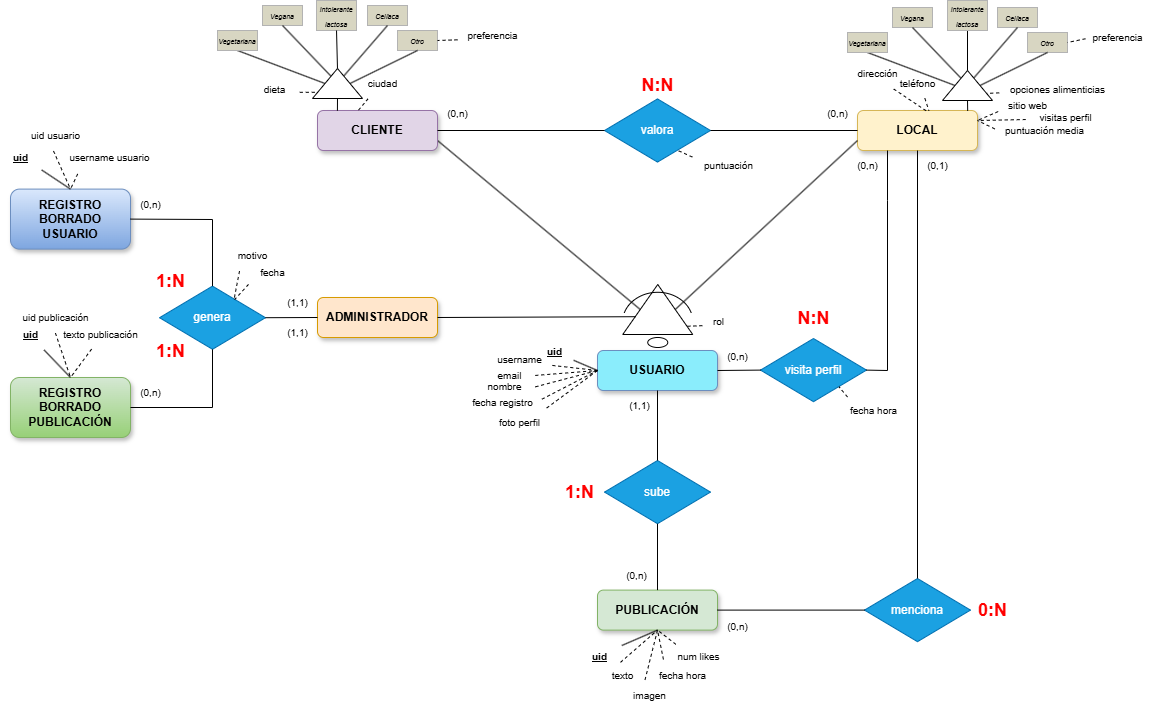
robertskrr/FoodTracks-App keeps this draw.io diagram as diagramas/foodTracks_diagrama_ER.png. Above is the earlier version. Source tidied: cells renumbered, new cells last; positions are measured from the earlier drawing's top-left corner, leaving out a move shared by most shapes.
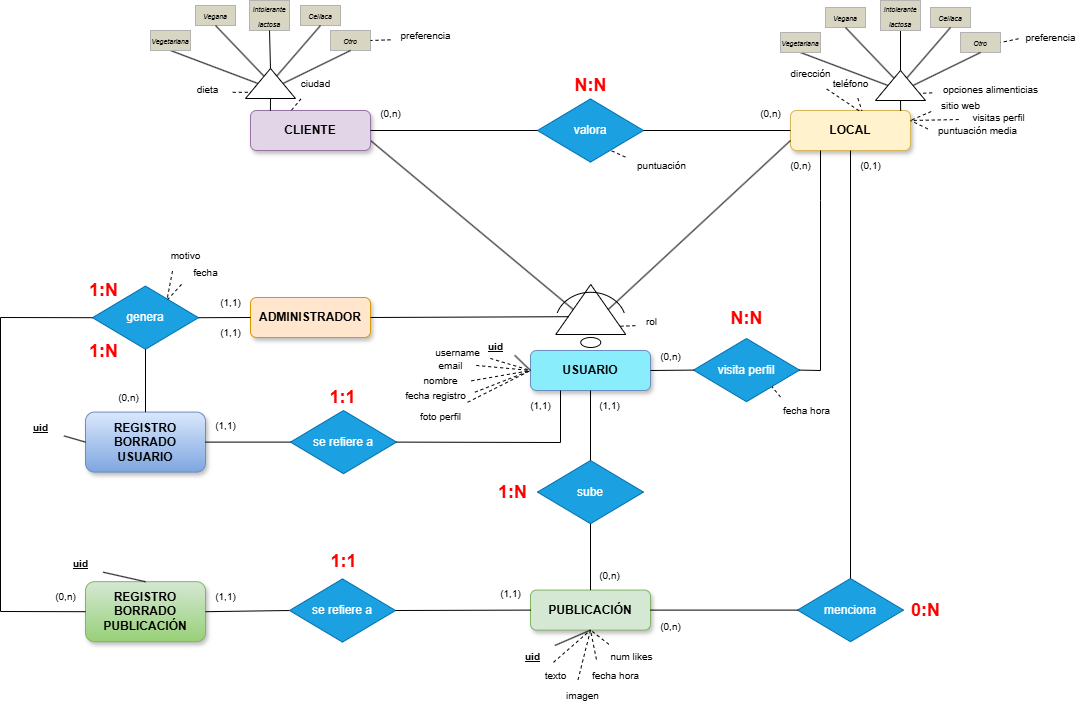
The same diagram one commit later.

Change to the diagram source:
```diff
@@ -48,25 +48,25 @@
       <mxGeometry relative="1" as="geometry" />
     </mxCell>
     <mxCell id="17" value="&lt;span style=&quot;font-size: 10px;&quot;&gt;uid&lt;/span&gt;" style="text;html=1;align=center;verticalAlign=middle;points=[];strokeColor=none;fillColor=none;fontStyle=5;" parent="1" vertex="1">
-      <mxGeometry x="534" y="336" width="40" height="30" as="geometry" />
+      <mxGeometry x="542" y="331" width="40" height="30" as="geometry" />
     </mxCell>
     <mxCell id="18" style="endArrow=none;html=1;rounded=0;exitX=0.979;exitY=0.793;exitDx=0;exitDy=0;exitPerimeter=0;entryX=0;entryY=0.5;entryDx=0;entryDy=0;" parent="1" edge="1" source="17" target="6">
       <mxGeometry relative="1" as="geometry" />
     </mxCell>
     <mxCell id="19" value="&lt;span style=&quot;font-size: 10px;&quot;&gt;&lt;span&gt;&lt;span&gt;username&lt;/span&gt;&lt;/span&gt;&lt;/span&gt;" style="text;html=1;align=center;verticalAlign=middle;points=[];strokeColor=none;fillColor=none;fontStyle=0;" parent="1" vertex="1">
-      <mxGeometry x="484" y="344" width="70" height="30" as="geometry" />
+      <mxGeometry x="489" y="337" width="70" height="30" as="geometry" />
     </mxCell>
     <mxCell id="20" value="&lt;span style=&quot;font-size: 10px;&quot;&gt;&lt;span&gt;&lt;span&gt;email&lt;/span&gt;&lt;/span&gt;&lt;/span&gt;" style="text;html=1;align=center;verticalAlign=middle;points=[];strokeColor=none;fillColor=none;fontStyle=0;" parent="1" vertex="1">
-      <mxGeometry x="484" y="360" width="50" height="30" as="geometry" />
+      <mxGeometry x="492" y="350" width="50" height="30" as="geometry" />
     </mxCell>
     <mxCell id="21" value="&lt;span style=&quot;font-size: 10px;&quot;&gt;&lt;span&gt;&lt;span&gt;nombre&lt;/span&gt;&lt;/span&gt;&lt;/span&gt;" style="text;html=1;align=center;verticalAlign=middle;points=[];strokeColor=none;fillColor=none;fontStyle=0;" parent="1" vertex="1">
-      <mxGeometry x="474" y="371" width="60" height="30" as="geometry" />
+      <mxGeometry x="477" y="365" width="60" height="30" as="geometry" />
     </mxCell>
     <mxCell id="22" value="&lt;span style=&quot;font-size: 10px;&quot;&gt;&lt;span&gt;&lt;span&gt;fecha registro&lt;/span&gt;&lt;/span&gt;&lt;/span&gt;" style="text;html=1;align=center;verticalAlign=middle;points=[];strokeColor=none;fillColor=none;fontStyle=0;" parent="1" vertex="1">
-      <mxGeometry x="462" y="387" width="80" height="30" as="geometry" />
+      <mxGeometry x="462" y="380" width="80" height="30" as="geometry" />
     </mxCell>
     <mxCell id="23" value="&lt;span style=&quot;font-size: 10px;&quot;&gt;&lt;span&gt;&lt;span&gt;foto perfil&lt;/span&gt;&lt;/span&gt;&lt;/span&gt;" style="text;html=1;align=center;verticalAlign=middle;points=[];strokeColor=none;fillColor=none;fontStyle=0;" parent="1" vertex="1">
-      <mxGeometry x="489" y="407" width="60" height="30" as="geometry" />
+      <mxGeometry x="477" y="401.2" width="60" height="30" as="geometry" />
     </mxCell>
     <mxCell id="24" style="endArrow=none;dashed=1;html=1;rounded=0;entryX=0;entryY=0.5;entryDx=0;entryDy=0;exitX=1.015;exitY=0.498;exitDx=0;exitDy=0;exitPerimeter=0;" parent="1" edge="1" source="20" target="6">
       <mxGeometry relative="1" as="geometry" />
@@ -239,7 +239,7 @@
       <mxGeometry x="627" y="65" width="60" height="40" as="geometry" />
     </mxCell>
     <mxCell id="79" value="&lt;font style=&quot;font-size: 10px;&quot;&gt;(1,1)&lt;/font&gt;" style="text;html=1;align=center;verticalAlign=middle;strokeColor=none;fillColor=none;" parent="1" vertex="1">
-      <mxGeometry x="619" y="390" width="40" height="30" as="geometry" />
+      <mxGeometry x="656" y="390" width="40" height="30" as="geometry" />
     </mxCell>
     <mxCell id="80" style="endArrow=none;html=1;rounded=0;exitX=0.5;exitY=1;exitDx=0;exitDy=0;entryX=0.5;entryY=0;entryDx=0;entryDy=0;exitPerimeter=0;" parent="1" edge="1" source="4" target="28">
       <mxGeometry relative="1" as="geometry" />
@@ -266,13 +266,13 @@
       <mxGeometry x="717" y="341" width="40" height="30" as="geometry" />
     </mxCell>
     <mxCell id="88" value="&lt;font style=&quot;font-size: 10px;&quot;&gt;(0,n)&lt;/font&gt;" style="text;html=1;align=center;verticalAlign=middle;strokeColor=none;fillColor=none;" parent="1" vertex="1">
-      <mxGeometry x="616" y="560" width="40" height="30" as="geometry" />
+      <mxGeometry x="656" y="560" width="40" height="30" as="geometry" />
     </mxCell>
     <mxCell id="89" value="REGISTRO BORRADO PUBLICACIÓN" style="rounded=1;whiteSpace=wrap;html=1;fontSize=12;glass=0;strokeWidth=1;shadow=1;fontStyle=1;fillColor=#d5e8d4;strokeColor=#82b366;gradientColor=#97d077;" parent="1" vertex="1">
-      <mxGeometry x="10" y="377" width="120" height="60" as="geometry" />
+      <mxGeometry x="152" y="581.2" width="120" height="60" as="geometry" />
     </mxCell>
     <mxCell id="90" value="REGISTRO BORRADO USUARIO" style="rounded=1;whiteSpace=wrap;html=1;fontSize=12;glass=0;strokeWidth=1;shadow=1;fontStyle=1;fillColor=#dae8fc;strokeColor=#6c8ebf;gradientColor=#7ea6e0;" parent="1" vertex="1">
-      <mxGeometry x="10" y="188.6" width="120" height="60" as="geometry" />
+      <mxGeometry x="152" y="411.6" width="120" height="60" as="geometry" />
     </mxCell>
     <mxCell id="91" style="endArrow=none;html=1;rounded=0;entryX=0.5;entryY=0;entryDx=0;entryDy=0;exitX=0.5;exitY=1;exitDx=0;exitDy=0;entryPerimeter=0;" parent="1" edge="1" source="3" target="5">
       <mxGeometry relative="1" as="geometry" />
@@ -289,35 +289,23 @@
     <mxCell id="95" style="endArrow=none;html=1;rounded=0;entryX=0;entryY=0.5;entryDx=0;entryDy=0;exitX=1;exitY=0.5;exitDx=0;exitDy=0;exitPerimeter=0;" parent="1" edge="1" source="94" target="7">
       <mxGeometry relative="1" as="geometry" />
     </mxCell>
-    <mxCell id="96" style="endArrow=none;html=1;rounded=0;entryX=0.5;entryY=0;entryDx=0;entryDy=0;exitX=1;exitY=0.5;exitDx=0;exitDy=0;entryPerimeter=0;" parent="1" edge="1" source="90" target="94">
-      <mxGeometry relative="1" as="geometry">
-        <Array as="points">
-          <mxPoint x="212" y="219" />
-        </Array>
-      </mxGeometry>
+    <mxCell id="96" style="endArrow=none;html=1;rounded=0;entryX=0.5;entryY=1;entryDx=0;entryDy=0;entryPerimeter=0;exitX=0.5;exitY=0;exitDx=0;exitDy=0;" parent="1" edge="1" source="90" target="94">
+      <mxGeometry relative="1" as="geometry" />
     </mxCell>
-    <mxCell id="97" style="endArrow=none;html=1;rounded=0;entryX=0.5;entryY=1;entryDx=0;entryDy=0;exitX=1;exitY=0.5;exitDx=0;exitDy=0;entryPerimeter=0;" parent="1" edge="1" source="89" target="94">
+    <mxCell id="97" style="endArrow=none;html=1;rounded=0;entryX=0;entryY=0.5;entryDx=0;entryDy=0;entryPerimeter=0;exitX=0;exitY=0.5;exitDx=0;exitDy=0;" parent="1" edge="1" source="89" target="94">
       <mxGeometry relative="1" as="geometry">
         <Array as="points">
-          <mxPoint x="212" y="407" />
+          <mxPoint x="67" y="611" />
+          <mxPoint x="67" y="317" />
         </Array>
       </mxGeometry>
     </mxCell>
-    <mxCell id="98" style="endArrow=none;html=1;rounded=0;exitX=0.5;exitY=0;exitDx=0;exitDy=0;entryX=1.03;entryY=0.916;entryDx=0;entryDy=0;entryPerimeter=0;" parent="1" edge="1" source="90" target="99">
+    <mxCell id="98" style="endArrow=none;html=1;rounded=0;exitX=0;exitY=0.5;exitDx=0;exitDy=0;entryX=1.086;entryY=0.793;entryDx=0;entryDy=0;entryPerimeter=0;" parent="1" edge="1" source="90" target="99">
       <mxGeometry relative="1" as="geometry" />
     </mxCell>
     <mxCell id="99" value="&lt;span style=&quot;font-size: 10px;&quot;&gt;uid&lt;/span&gt;" style="text;html=1;align=center;verticalAlign=middle;points=[];strokeColor=none;fillColor=none;fontStyle=5;" parent="1" vertex="1">
-      <mxGeometry y="142" width="40" height="30" as="geometry" />
+      <mxGeometry x="87" y="411.6" width="40" height="30" as="geometry" />
     </mxCell>
-    <mxCell id="100" style="endArrow=none;html=1;rounded=0;entryX=0.5;entryY=0;entryDx=0;entryDy=0;dashed=1;exitX=0.471;exitY=1.016;exitDx=0;exitDy=0;exitPerimeter=0;" parent="1" edge="1" source="101" target="90">
-      <mxGeometry relative="1" as="geometry" />
-    </mxCell>
-    <mxCell id="101" value="&lt;span style=&quot;font-size: 10px;&quot;&gt;uid usuario&lt;/span&gt;" style="text;html=1;align=center;verticalAlign=middle;points=[];strokeColor=none;fillColor=none;fontStyle=0;" parent="1" vertex="1">
-      <mxGeometry x="20" y="120" width="70" height="30" as="geometry" />
-    </mxCell>
-    <mxCell id="102" value="&lt;span style=&quot;font-size: 10px;&quot;&gt;username usuario&lt;/span&gt;" style="text;html=1;align=center;verticalAlign=middle;points=[];strokeColor=none;fillColor=none;fontStyle=0;" parent="1" vertex="1">
-      <mxGeometry x="59" y="142" width="100" height="30" as="geometry" />
-    </mxCell>
     <mxCell id="103" value="&lt;span style=&quot;font-size: 10px;&quot;&gt;motivo&lt;/span&gt;" style="text;html=1;align=center;verticalAlign=middle;points=[];strokeColor=none;fillColor=none;fontStyle=0;" parent="1" vertex="1">
       <mxGeometry x="227" y="240" width="50" height="30" as="geometry" />
     </mxCell>
@@ -330,9 +318,6 @@
     <mxCell id="106" value="&lt;span style=&quot;font-size: 10px;&quot;&gt;&lt;span&gt;&lt;span&gt;puntuación&lt;/span&gt;&lt;/span&gt;&lt;/span&gt;" style="text;html=1;align=center;verticalAlign=middle;points=[];strokeColor=none;fillColor=none;fontStyle=0;" parent="1" vertex="1">
       <mxGeometry x="692.5" y="150" width="70" height="30" as="geometry" />
     </mxCell>
-    <mxCell id="107" style="endArrow=none;html=1;rounded=0;entryX=0.5;entryY=0;entryDx=0;entryDy=0;dashed=1;exitX=0.182;exitY=1.048;exitDx=0;exitDy=0;exitPerimeter=0;" parent="1" edge="1" source="102" target="90">
-      <mxGeometry relative="1" as="geometry" />
-    </mxCell>
     <mxCell id="108" style="endArrow=none;html=1;rounded=0;entryX=0.704;entryY=0.208;entryDx=0;entryDy=0;dashed=1;exitX=0.24;exitY=1.019;exitDx=0;exitDy=0;exitPerimeter=0;entryPerimeter=0;" parent="1" edge="1" source="103" target="94">
       <mxGeometry relative="1" as="geometry" />
     </mxCell>
@@ -340,22 +325,22 @@
       <mxGeometry relative="1" as="geometry" />
     </mxCell>
     <mxCell id="110" value="&lt;b&gt;&lt;font style=&quot;font-size: 18px;&quot;&gt;1:N&lt;/font&gt;&lt;/b&gt;" style="text;html=1;align=center;verticalAlign=middle;fontColor=#FF0000;" parent="1" vertex="1">
-      <mxGeometry x="145" y="261" width="50" height="40" as="geometry" />
+      <mxGeometry x="145" y="331" width="50" height="40" as="geometry" />
     </mxCell>
     <mxCell id="111" value="&lt;font style=&quot;font-size: 10px;&quot;&gt;(0,n)&lt;/font&gt;" style="text;html=1;align=center;verticalAlign=middle;strokeColor=none;fillColor=none;" parent="1" vertex="1">
-      <mxGeometry x="130" y="188.6" width="40" height="30" as="geometry" />
+      <mxGeometry x="175" y="381.6" width="40" height="30" as="geometry" />
     </mxCell>
     <mxCell id="112" value="&lt;font style=&quot;font-size: 10px;&quot;&gt;(1,1)&lt;/font&gt;" style="text;html=1;align=center;verticalAlign=middle;strokeColor=none;fillColor=none;" parent="1" vertex="1">
       <mxGeometry x="277" y="287" width="40" height="30" as="geometry" />
     </mxCell>
     <mxCell id="113" value="&lt;b&gt;&lt;font style=&quot;font-size: 18px;&quot;&gt;1:N&lt;/font&gt;&lt;/b&gt;" style="text;html=1;align=center;verticalAlign=middle;fontColor=#FF0000;" parent="1" vertex="1">
-      <mxGeometry x="145" y="331" width="50" height="40" as="geometry" />
+      <mxGeometry x="145" y="270" width="50" height="40" as="geometry" />
     </mxCell>
     <mxCell id="114" value="&lt;font style=&quot;font-size: 10px;&quot;&gt;(1,1)&lt;/font&gt;" style="text;html=1;align=center;verticalAlign=middle;strokeColor=none;fillColor=none;" parent="1" vertex="1">
       <mxGeometry x="277" y="317" width="40" height="30" as="geometry" />
     </mxCell>
     <mxCell id="115" value="&lt;font style=&quot;font-size: 10px;&quot;&gt;(0,n)&lt;/font&gt;" style="text;html=1;align=center;verticalAlign=middle;strokeColor=none;fillColor=none;" parent="1" vertex="1">
-      <mxGeometry x="130" y="377" width="40" height="30" as="geometry" />
+      <mxGeometry x="112" y="581.2" width="40" height="30" as="geometry" />
     </mxCell>
     <mxCell id="116" value="&lt;b&gt;&lt;font style=&quot;font-size: 18px;&quot;&gt;0:N&lt;/font&gt;&lt;/b&gt;" style="text;html=1;align=center;verticalAlign=middle;fontColor=#FF0000;" parent="1" vertex="1">
       <mxGeometry x="967" y="590" width="50" height="40" as="geometry" />
@@ -372,24 +357,12 @@
     <mxCell id="120" value="&lt;font style=&quot;font-size: 10px;&quot;&gt;(0,n)&lt;/font&gt;" style="text;html=1;align=center;verticalAlign=middle;strokeColor=none;fillColor=none;" parent="1" vertex="1">
       <mxGeometry x="717" y="611.2" width="40" height="30" as="geometry" />
     </mxCell>
-    <mxCell id="121" style="endArrow=none;html=1;rounded=0;entryX=0.5;entryY=0;entryDx=0;entryDy=0;exitX=0.84;exitY=1.022;exitDx=0;exitDy=0;exitPerimeter=0;" parent="1" edge="1" source="122" target="89">
+    <mxCell id="121" style="endArrow=none;html=1;rounded=0;entryX=0.5;entryY=0;entryDx=0;entryDy=0;exitX=1.064;exitY=0.79;exitDx=0;exitDy=0;exitPerimeter=0;" parent="1" edge="1" source="122" target="89">
       <mxGeometry relative="1" as="geometry" />
     </mxCell>
     <mxCell id="122" value="&lt;span style=&quot;font-size: 10px;&quot;&gt;uid&lt;/span&gt;" style="text;html=1;align=center;verticalAlign=middle;points=[];strokeColor=none;fillColor=none;fontStyle=5;" parent="1" vertex="1">
-      <mxGeometry x="10" y="318.8" width="40" height="30" as="geometry" />
+      <mxGeometry x="127" y="548" width="40" height="30" as="geometry" />
     </mxCell>
-    <mxCell id="123" style="endArrow=none;html=1;rounded=0;entryX=0.5;entryY=0;entryDx=0;entryDy=0;dashed=1;exitX=0.499;exitY=1.013;exitDx=0;exitDy=0;exitPerimeter=0;" parent="1" edge="1" source="124" target="89">
-      <mxGeometry relative="1" as="geometry" />
-    </mxCell>
-    <mxCell id="124" value="&lt;span style=&quot;font-size: 10px;&quot;&gt;uid publicación&lt;/span&gt;" style="text;html=1;align=center;verticalAlign=middle;points=[];strokeColor=none;fillColor=none;fontStyle=0;" parent="1" vertex="1">
-      <mxGeometry x="10" y="302.2" width="90" height="30" as="geometry" />
-    </mxCell>
-    <mxCell id="125" value="&lt;span style=&quot;font-size: 10px;&quot;&gt;texto publicación&lt;/span&gt;" style="text;html=1;align=center;verticalAlign=middle;points=[];strokeColor=none;fillColor=none;fontStyle=0;" parent="1" vertex="1">
-      <mxGeometry x="50" y="318.8" width="100" height="30" as="geometry" />
-    </mxCell>
-    <mxCell id="126" style="endArrow=none;html=1;rounded=0;entryX=0.5;entryY=0;entryDx=0;entryDy=0;dashed=1;exitX=0.411;exitY=0.993;exitDx=0;exitDy=0;exitPerimeter=0;" parent="1" edge="1" source="125" target="89">
-      <mxGeometry relative="1" as="geometry" />
-    </mxCell>
     <mxCell id="127" value="&lt;span style=&quot;font-size: 10px;&quot;&gt;uid&lt;/span&gt;" style="text;html=1;align=center;verticalAlign=middle;points=[];strokeColor=none;fillColor=none;fontStyle=5;" parent="1" vertex="1">
       <mxGeometry x="579" y="641.2" width="40" height="30" as="geometry" />
     </mxCell>
@@ -420,5 +393,45 @@
     <mxCell id="136" style="endArrow=none;dashed=1;html=1;rounded=0;exitX=0.184;exitY=0.088;exitDx=0;exitDy=0;exitPerimeter=0;entryX=0.5;entryY=1;entryDx=0;entryDy=0;" parent="1" edge="1" source="133" target="28">
       <mxGeometry relative="1" as="geometry" />
     </mxCell>
+    <mxCell id="137" style="endArrow=none;html=1;rounded=0;entryX=0;entryY=0.5;entryDx=0;entryDy=0;entryPerimeter=0;exitX=1;exitY=0.5;exitDx=0;exitDy=0;" parent="1" edge="1" source="90" target="138">
+      <mxGeometry relative="1" as="geometry" />
+    </mxCell>
+    <mxCell id="138" value="se refiere a" style="strokeWidth=1;html=1;shape=mxgraph.flowchart.decision;whiteSpace=wrap;strokeColor=#006EAF;fillColor=#1ba1e2;fontColor=#ffffff;" parent="1" vertex="1">
+      <mxGeometry x="357" y="410" width="106" height="63.2" as="geometry" />
+    </mxCell>
+    <mxCell id="139" style="endArrow=none;html=1;rounded=0;entryX=1;entryY=0.5;entryDx=0;entryDy=0;entryPerimeter=0;exitX=0.25;exitY=1;exitDx=0;exitDy=0;" parent="1" edge="1" source="6" target="138">
+      <mxGeometry relative="1" as="geometry">
+        <Array as="points">
+          <mxPoint x="627" y="442" />
+        </Array>
+      </mxGeometry>
+    </mxCell>
+    <mxCell id="140" style="endArrow=none;html=1;rounded=0;exitX=1;exitY=0.5;exitDx=0;exitDy=0;entryX=0;entryY=0.5;entryDx=0;entryDy=0;entryPerimeter=0;" parent="1" edge="1" source="89" target="141">
+      <mxGeometry relative="1" as="geometry" />
+    </mxCell>
+    <mxCell id="141" value="se refiere a" style="strokeWidth=1;html=1;shape=mxgraph.flowchart.decision;whiteSpace=wrap;strokeColor=#006EAF;fillColor=#1ba1e2;fontColor=#ffffff;" parent="1" vertex="1">
+      <mxGeometry x="356" y="578.4" width="106" height="63.2" as="geometry" />
+    </mxCell>
+    <mxCell id="142" style="endArrow=none;html=1;rounded=0;entryX=0;entryY=0.5;entryDx=0;entryDy=0;exitX=1;exitY=0.5;exitDx=0;exitDy=0;exitPerimeter=0;" parent="1" edge="1" source="141" target="28">
+      <mxGeometry relative="1" as="geometry" />
+    </mxCell>
+    <mxCell id="143" value="&lt;font style=&quot;font-size: 10px;&quot;&gt;(1,1)&lt;/font&gt;" style="text;html=1;align=center;verticalAlign=middle;strokeColor=none;fillColor=none;" parent="1" vertex="1">
+      <mxGeometry x="272" y="410" width="40" height="30" as="geometry" />
+    </mxCell>
+    <mxCell id="144" value="&lt;font style=&quot;font-size: 10px;&quot;&gt;(1,1)&lt;/font&gt;" style="text;html=1;align=center;verticalAlign=middle;strokeColor=none;fillColor=none;" parent="1" vertex="1">
+      <mxGeometry x="587" y="390" width="40" height="30" as="geometry" />
+    </mxCell>
+    <mxCell id="145" value="&lt;b&gt;&lt;font style=&quot;font-size: 18px;&quot;&gt;1:1&lt;/font&gt;&lt;/b&gt;" style="text;html=1;align=center;verticalAlign=middle;fontColor=#FF0000;" parent="1" vertex="1">
+      <mxGeometry x="384" y="376.6" width="50" height="40" as="geometry" />
+    </mxCell>
+    <mxCell id="146" value="&lt;b&gt;&lt;font style=&quot;font-size: 18px;&quot;&gt;1:1&lt;/font&gt;&lt;/b&gt;" style="text;html=1;align=center;verticalAlign=middle;fontColor=#FF0000;" parent="1" vertex="1">
+      <mxGeometry x="385" y="541.2" width="50" height="40" as="geometry" />
+    </mxCell>
+    <mxCell id="147" value="&lt;font style=&quot;font-size: 10px;&quot;&gt;(1,1)&lt;/font&gt;" style="text;html=1;align=center;verticalAlign=middle;strokeColor=none;fillColor=none;" parent="1" vertex="1">
+      <mxGeometry x="272" y="581.2" width="40" height="30" as="geometry" />
+    </mxCell>
+    <mxCell id="148" value="&lt;font style=&quot;font-size: 10px;&quot;&gt;(1,1)&lt;/font&gt;" style="text;html=1;align=center;verticalAlign=middle;strokeColor=none;fillColor=none;" parent="1" vertex="1">
+      <mxGeometry x="557" y="578.4" width="40" height="30" as="geometry" />
+    </mxCell>
   </root>
 </mxGraphModel>
```
